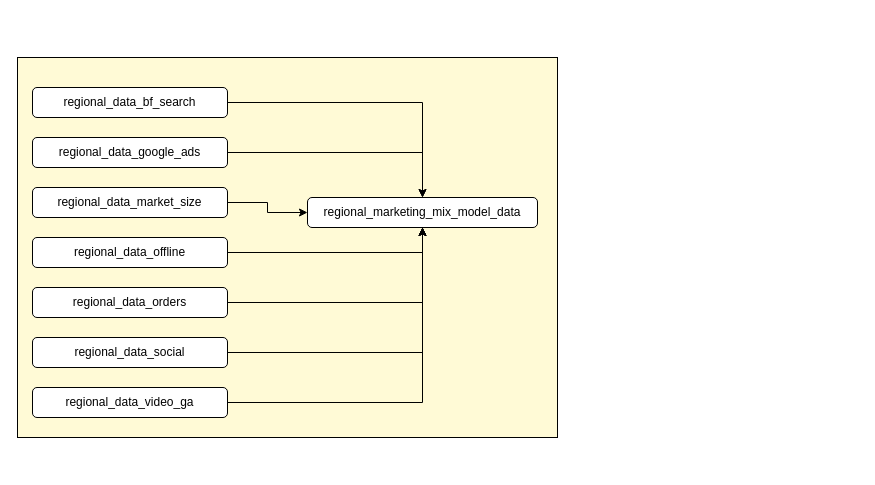
The draw.io diagram page "regional_data" (5 of 8) of mmm/mmm_dag.drawio in aram-koorn/coolblue-diagrams, before the edit. Source tidied: cells renumbered, new cells numbered last; positions are measured from the earlier drawing's top-left corner, leaving out a move shared by most shapes. Both pictures are drawn from the tidied source at 100%, with x=0, y=0 at pixel (17, 57).
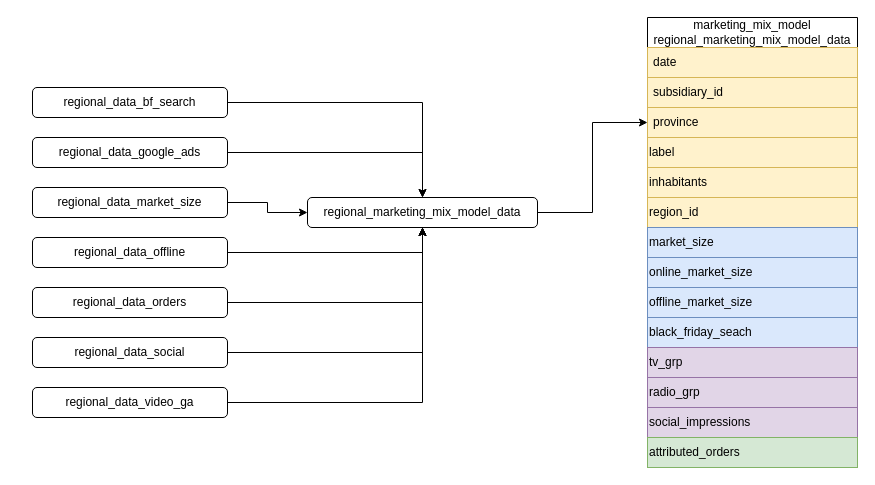
The same page after the edit.

The change refers to these unchanged cells:
```xml
<mxCell id="17" value="regional_marketing_mix_model_data" style="rounded=1;whiteSpace=wrap;html=1;" parent="1" vertex="1">
  <mxGeometry x="290" y="140" width="230" height="30" as="geometry" />
</mxCell>
```

Diff of the diagram source:
```diff
@@
-    <mxCell id="2" style="rounded=0;whiteSpace=wrap;html=1;fillColor=#FFFAD6;" parent="1" vertex="1">
-      <mxGeometry width="540" height="380" as="geometry" />
-    </mxCell>
@@
+    <mxCell id="18" style="edgeStyle=orthogonalEdgeStyle;rounded=0;jettySize=auto;html=1;exitX=1;exitY=0.5;exitDx=0;exitDy=0;entryX=0;entryY=0.5;entryDx=0;entryDy=0;" parent="1" edge="1" source="17" target="22">
+      <mxGeometry relative="1" as="geometry" />
+    </mxCell>
@@
+    <mxCell id="19" value="marketing_mix_model&lt;div&gt;regional_marketing_mix_model_data&lt;/div&gt;" style="swimlane;fontStyle=0;horizontal=1;startSize=30;whiteSpace=wrap;html=1;" parent="1" vertex="1">
+      <mxGeometry x="630" y="-40" width="210" height="450" as="geometry" />
+    </mxCell>
+    <mxCell id="20" value="date" style="text;strokeColor=#d6b656;fillColor=#fff2cc;align=left;verticalAlign=middle;spacingLeft=4;spacingRight=4;overflow=hidden;whiteSpace=wrap;html=1;" parent="19" vertex="1">
+      <mxGeometry y="30" width="210" height="30" as="geometry" />
+    </mxCell>
+    <mxCell id="21" value="subsidiary_id" style="text;strokeColor=#d6b656;fillColor=#fff2cc;align=left;verticalAlign=middle;spacingLeft=4;spacingRight=4;overflow=hidden;whiteSpace=wrap;html=1;" parent="19" vertex="1">
+      <mxGeometry y="60" width="210" height="30" as="geometry" />
+    </mxCell>
+    <mxCell id="22" value="province" style="text;strokeColor=#d6b656;fillColor=#fff2cc;align=left;verticalAlign=middle;spacingLeft=4;spacingRight=4;overflow=hidden;points=[[0,0.5],[1,0.5]];portConstraint=eastwest;whiteSpace=wrap;html=1;" parent="19" vertex="1">
+      <mxGeometry y="90" width="210" height="30" as="geometry" />
+    </mxCell>
+    <mxCell id="23" value="label" style="text;html=1;align=left;verticalAlign=middle;whiteSpace=wrap;rounded=0;fillColor=#fff2cc;strokeColor=#d6b656;" parent="19" vertex="1">
+      <mxGeometry y="120" width="210" height="30" as="geometry" />
+    </mxCell>
+    <mxCell id="24" value="inhabitants" style="text;html=1;align=left;verticalAlign=middle;whiteSpace=wrap;rounded=0;fillColor=#fff2cc;strokeColor=#d6b656;" parent="19" vertex="1">
+      <mxGeometry y="150" width="210" height="30" as="geometry" />
+    </mxCell>
+    <mxCell id="25" value="region_id" style="text;html=1;align=left;verticalAlign=middle;whiteSpace=wrap;rounded=0;fillColor=#fff2cc;strokeColor=#d6b656;" parent="19" vertex="1">
+      <mxGeometry y="180" width="210" height="30" as="geometry" />
+    </mxCell>
+    <mxCell id="26" value="market_size" style="text;html=1;align=left;verticalAlign=middle;whiteSpace=wrap;rounded=0;fillColor=#dae8fc;strokeColor=#6c8ebf;" parent="19" vertex="1">
+      <mxGeometry y="210" width="210" height="30" as="geometry" />
+    </mxCell>
+    <mxCell id="27" value="online_market_size" style="text;html=1;align=left;verticalAlign=middle;whiteSpace=wrap;rounded=0;fillColor=#dae8fc;strokeColor=#6c8ebf;" parent="19" vertex="1">
+      <mxGeometry y="240" width="210" height="30" as="geometry" />
+    </mxCell>
+    <mxCell id="28" value="offline_market_size" style="text;html=1;align=left;verticalAlign=middle;whiteSpace=wrap;rounded=0;fillColor=#dae8fc;strokeColor=#6c8ebf;" parent="19" vertex="1">
+      <mxGeometry y="270" width="210" height="30" as="geometry" />
+    </mxCell>
+    <mxCell id="29" value="black_friday_seach" style="text;html=1;align=left;verticalAlign=middle;whiteSpace=wrap;rounded=0;fillColor=#dae8fc;strokeColor=#6c8ebf;" parent="19" vertex="1">
+      <mxGeometry y="300" width="210" height="30" as="geometry" />
+    </mxCell>
+    <mxCell id="30" value="tv_grp" style="text;html=1;align=left;verticalAlign=middle;whiteSpace=wrap;rounded=0;fillColor=#e1d5e7;strokeColor=#9673a6;" parent="19" vertex="1">
+      <mxGeometry y="330" width="210" height="30" as="geometry" />
+    </mxCell>
+    <mxCell id="31" value="radio_grp" style="text;html=1;align=left;verticalAlign=middle;whiteSpace=wrap;rounded=0;fillColor=#e1d5e7;strokeColor=#9673a6;" parent="19" vertex="1">
+      <mxGeometry y="360" width="210" height="30" as="geometry" />
+    </mxCell>
+    <mxCell id="32" value="&lt;div&gt;social_impressions&lt;/div&gt;" style="text;html=1;align=left;verticalAlign=middle;whiteSpace=wrap;rounded=0;fillColor=#e1d5e7;strokeColor=#9673a6;" parent="19" vertex="1">
+      <mxGeometry y="390" width="210" height="30" as="geometry" />
+    </mxCell>
+    <mxCell id="33" value="attributed_orders" style="text;html=1;align=left;verticalAlign=middle;whiteSpace=wrap;rounded=0;fillColor=#d5e8d4;strokeColor=#82b366;" parent="19" vertex="1">
+      <mxGeometry y="420" width="210" height="30" as="geometry" />
+    </mxCell>
```
